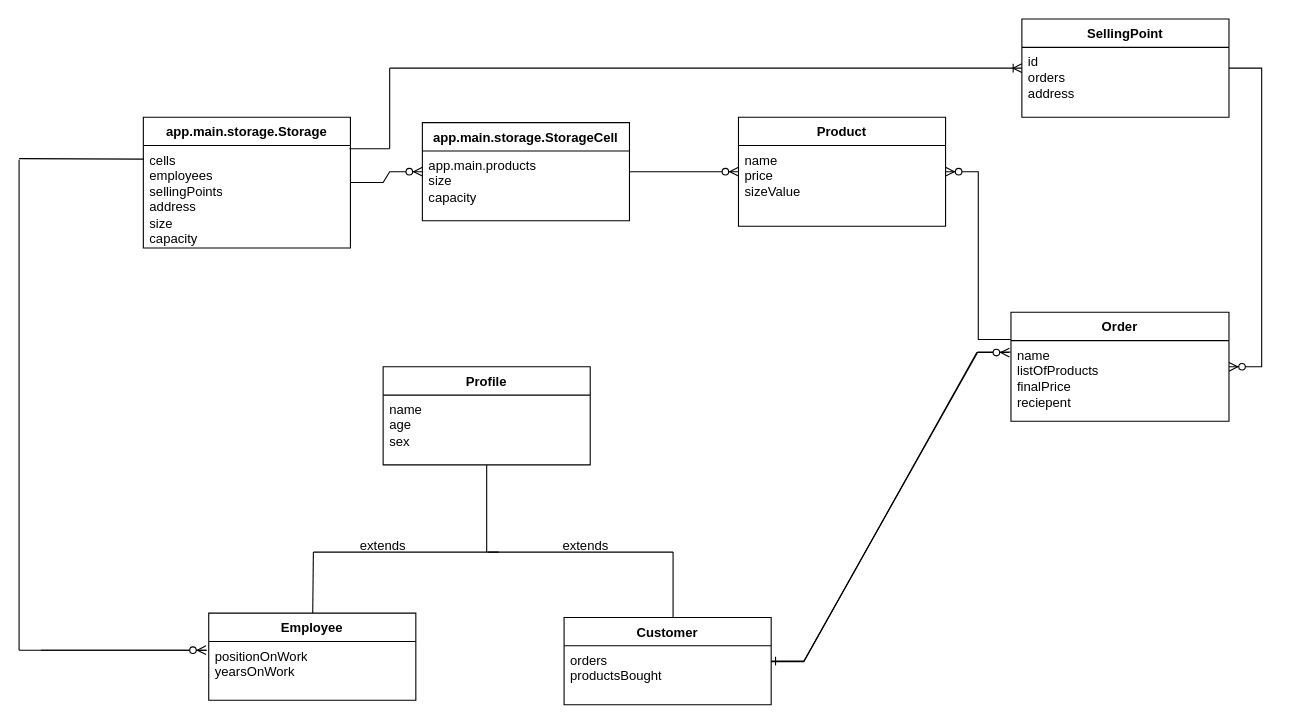
This is diagram/Project_diagram.drawio from LebGes-classes/second-project-xJust-N, a draw.io file, before an edit. Source tidied: cells renumbered, new cells numbered last; positions are measured from the earlier drawing's top-left corner, leaving out a move shared by most shapes. Both pictures are drawn from the tidied source at 109%, with x=0, y=0 at pixel (19, 19).
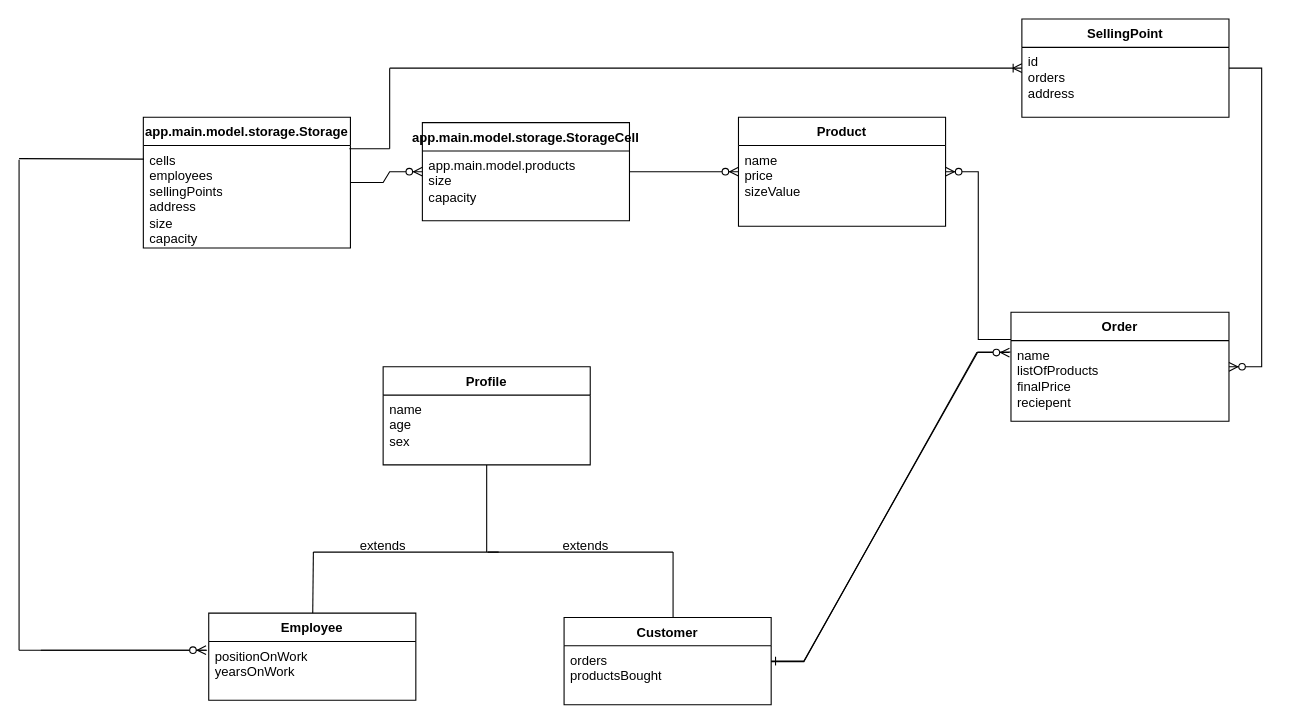
Above is the later version.

Diff of the diagram source:
```diff
@@
-    <mxCell id="3" value="app.main.storage.Storage" style="swimlane;fontStyle=1;align=center;verticalAlign=top;horizontal=1;startSize=26;whiteSpace=wrap;html=1;" parent="1" vertex="1">
+    <mxCell id="3" value="app.main.model.storage.Storage" style="swimlane;fontStyle=1;align=center;verticalAlign=top;horizontal=1;startSize=26;whiteSpace=wrap;html=1;" parent="1" vertex="1">
       <mxGeometry x="114" y="90" width="190" height="120" as="geometry" />
     </mxCell>
@@
-    <mxCell id="5" value="app.main.storage.StorageCell" style="swimlane;fontStyle=1;align=center;verticalAlign=top;horizontal=1;startSize=26;whiteSpace=wrap;html=1;" parent="1" vertex="1">
+    <mxCell id="5" value="app.main.model.storage.StorageCell" style="swimlane;fontStyle=1;align=center;verticalAlign=top;horizontal=1;startSize=26;whiteSpace=wrap;html=1;" parent="1" vertex="1">
       <mxGeometry x="370" y="95" width="190" height="90" as="geometry" />
     </mxCell>
-    <mxCell id="6" value="&lt;div&gt;&lt;span style=&quot;background-color: transparent; color: light-dark(rgb(0, 0, 0), rgb(255, 255, 255));&quot;&gt;app.main.products&lt;/span&gt;&lt;/div&gt;&lt;div&gt;size&lt;/div&gt;&lt;div&gt;capacity&lt;/div&gt;" style="text;strokeColor=none;fillColor=none;align=left;verticalAlign=top;spacingLeft=4;spacingRight=4;overflow=hidden;whiteSpace=wrap;html=1;" parent="5" vertex="1">
+    <mxCell id="6" value="&lt;div&gt;&lt;span style=&quot;background-color: transparent; color: light-dark(rgb(0, 0, 0), rgb(255, 255, 255));&quot;&gt;app.main.model.products&lt;/span&gt;&lt;/div&gt;&lt;div&gt;size&lt;/div&gt;&lt;div&gt;capacity&lt;/div&gt;" style="text;strokeColor=none;fillColor=none;align=left;verticalAlign=top;spacingLeft=4;spacingRight=4;overflow=hidden;whiteSpace=wrap;html=1;" parent="5" vertex="1">
       <mxGeometry y="26" width="190" height="64" as="geometry" />
     </mxCell>
```
